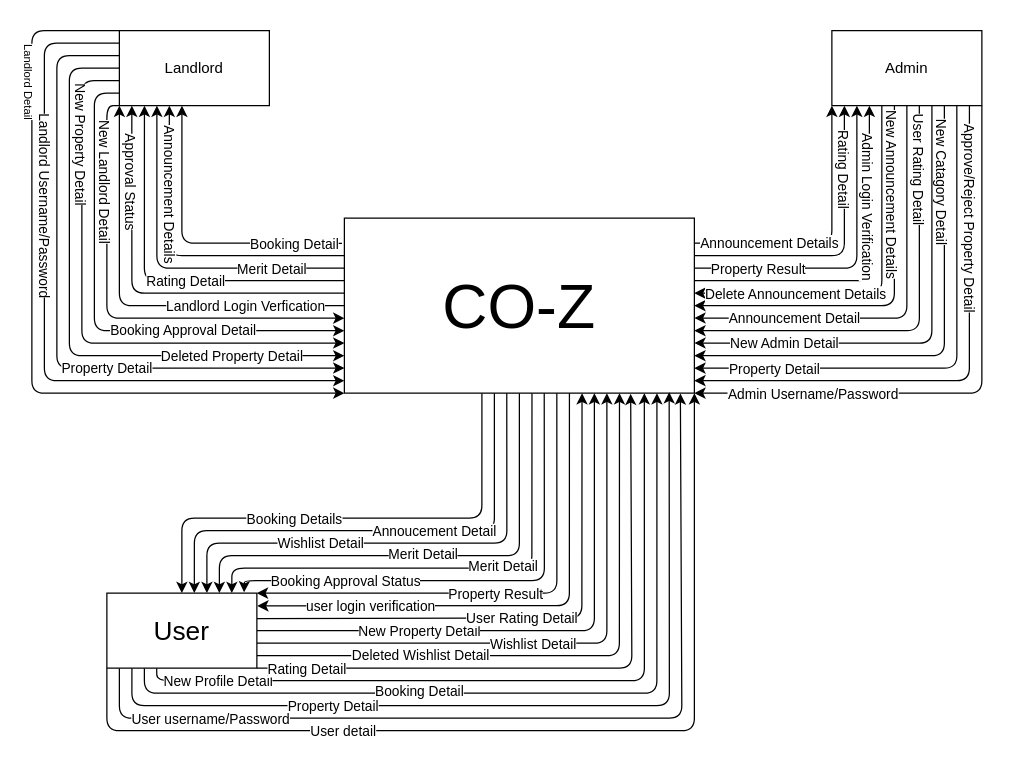
SNOW15782/Fyp keeps this draw.io diagram as DFD FYP/Context Diagram.drawio. Above is the earlier version. Source tidied: cells renumbered, new cells numbered last; positions are measured from the earlier drawing's top-left corner, leaving out a move shared by most shapes. Both pictures are drawn from the tidied source at 125%, with x=0, y=0 at pixel (31, 30).
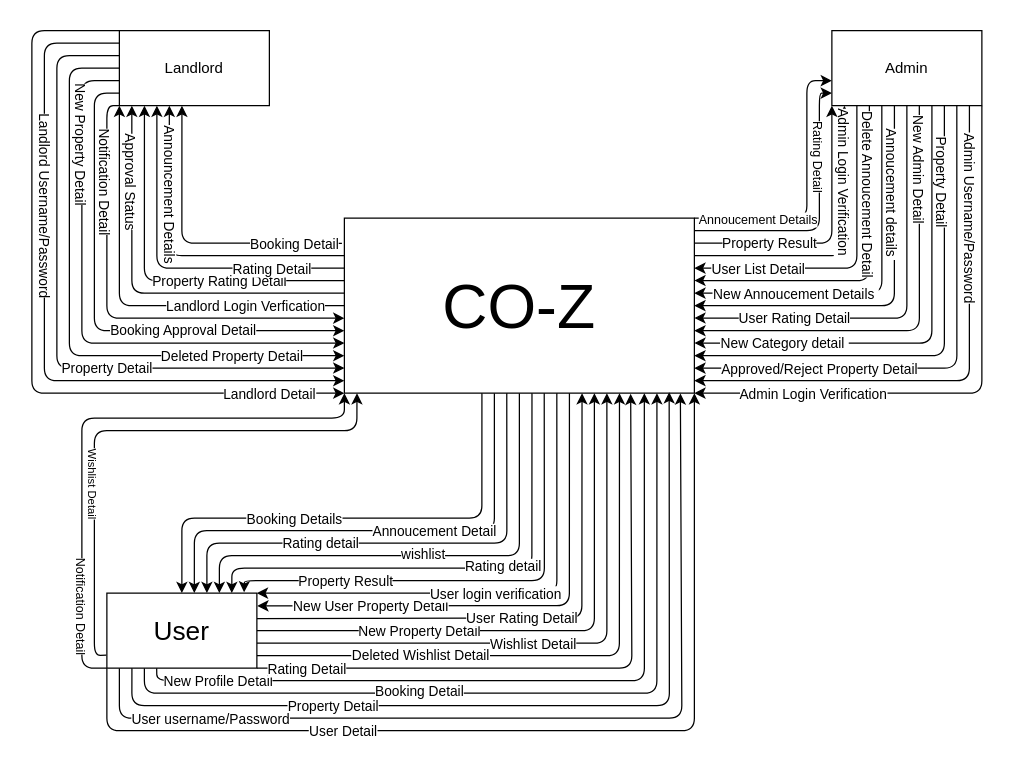
The same diagram, later.

The change refers to these unchanged cells:
```xml
<mxCell id="4" style="edgeStyle=none;html=1;exitX=0.643;exitY=1;exitDx=0;exitDy=0;exitPerimeter=0;entryX=1.003;entryY=0.17;entryDx=0;entryDy=0;entryPerimeter=0;" parent="1" edge="1" source="38" target="76">
  <mxGeometry relative="1" as="geometry">
    <Array as="points">
      <mxPoint x="430" y="460" />
    </Array>
  </mxGeometry>
</mxCell>
<mxCell id="6" style="edgeStyle=none;html=1;exitX=0.607;exitY=1;exitDx=0;exitDy=0;exitPerimeter=0;entryX=1;entryY=0;entryDx=0;entryDy=0;" parent="1" edge="1" source="38" target="76">
  <mxGeometry relative="1" as="geometry">
    <Array as="points">
      <mxPoint x="420" y="450" />
    </Array>
  </mxGeometry>
</mxCell>
<mxCell id="8" style="edgeStyle=none;html=1;entryX=0.915;entryY=-0.011;entryDx=0;entryDy=0;exitX=0.571;exitY=1;exitDx=0;exitDy=0;exitPerimeter=0;entryPerimeter=0;" parent="1" edge="1" source="38" target="76">
  <mxGeometry relative="1" as="geometry">
    <Array as="points">
      <mxPoint x="410" y="440" />
      <mxPoint x="170" y="440" />
    </Array>
  </mxGeometry>
</mxCell>
<mxCell id="10" style="edgeStyle=none;html=1;entryX=0.833;entryY=0;entryDx=0;entryDy=0;exitX=0.536;exitY=1;exitDx=0;exitDy=0;exitPerimeter=0;entryPerimeter=0;" parent="1" edge="1" source="38" target="76">
  <mxGeometry relative="1" as="geometry">
    <Array as="points">
      <mxPoint x="400" y="430" />
      <mxPoint x="160" y="430" />
    </Array>
  </mxGeometry>
</mxCell>
<mxCell id="12" style="edgeStyle=none;html=1;entryX=0.75;entryY=0;entryDx=0;entryDy=0;exitX=0.5;exitY=1;exitDx=0;exitDy=0;" parent="1" edge="1" source="38" target="76">
  <mxGeometry relative="1" as="geometry">
    <Array as="points">
      <mxPoint x="390" y="420" />
      <mxPoint x="150" y="420" />
    </Array>
  </mxGeometry>
</mxCell>
<mxCell id="14" style="edgeStyle=none;html=1;entryX=0.667;entryY=0;entryDx=0;entryDy=0;exitX=0.464;exitY=1;exitDx=0;exitDy=0;exitPerimeter=0;entryPerimeter=0;" parent="1" edge="1" source="38" target="76">
  <mxGeometry relative="1" as="geometry">
    <Array as="points">
      <mxPoint x="380" y="410" />
      <mxPoint x="210" y="410" />
      <mxPoint x="140" y="410" />
    </Array>
  </mxGeometry>
</mxCell>
<mxCell id="22" style="edgeStyle=none;html=1;entryX=0.167;entryY=1;entryDx=0;entryDy=0;entryPerimeter=0;fontSize=11;startArrow=none;startFill=0;endArrow=classic;endFill=1;" parent="1" edge="1" target="55">
  <mxGeometry relative="1" as="geometry">
    <mxPoint x="250" y="200" as="sourcePoint" />
    <Array as="points">
      <mxPoint x="90" y="200" />
    </Array>
  </mxGeometry>
</mxCell>
<mxCell id="24" style="edgeStyle=none;html=1;entryX=0.25;entryY=1;entryDx=0;entryDy=0;fontSize=11;startArrow=none;startFill=0;endArrow=classic;endFill=1;exitX=0;exitY=0.286;exitDx=0;exitDy=0;exitPerimeter=0;" parent="1" edge="1" source="38" target="55">
  <mxGeometry relative="1" as="geometry">
    <Array as="points">
      <mxPoint x="100" y="190" />
    </Array>
  </mxGeometry>
</mxCell>
<mxCell id="34" style="edgeStyle=none;html=1;fontSize=11;startArrow=none;startFill=0;endArrow=classic;endFill=1;" parent="1" edge="1">
  <mxGeometry relative="1" as="geometry">
    <mxPoint x="530" y="180" as="sourcePoint" />
    <mxPoint x="650" y="60" as="targetPoint" />
    <Array as="points">
      <mxPoint x="650" y="180" />
    </Array>
  </mxGeometry>
</mxCell>
<mxCell id="36" style="edgeStyle=none;html=1;entryX=0;entryY=1;entryDx=0;entryDy=0;fontSize=11;startArrow=none;startFill=0;endArrow=classic;endFill=1;exitX=1;exitY=0.143;exitDx=0;exitDy=0;exitPerimeter=0;" parent="1" edge="1" source="38" target="95">
  <mxGeometry relative="1" as="geometry">
    <Array as="points">
      <mxPoint x="640" y="170" />
    </Array>
  </mxGeometry>
</mxCell>
<mxCell id="38" value="&lt;font style=&quot;font-size: 50px;&quot;&gt;CO-Z&lt;/font&gt;" style="whiteSpace=wrap;html=1;" parent="1" vertex="1">
  <mxGeometry x="250" y="150" width="280" height="140" as="geometry" />
</mxCell>
<mxCell id="39" style="edgeStyle=none;html=1;entryX=0;entryY=1;entryDx=0;entryDy=0;fontSize=21;exitX=0;exitY=0;exitDx=0;exitDy=0;" parent="1" edge="1" source="55" target="38">
  <mxGeometry relative="1" as="geometry">
    <Array as="points">
      <mxPoint />
      <mxPoint y="290" />
    </Array>
  </mxGeometry>
</mxCell>
<mxCell id="51" style="edgeStyle=none;html=1;fontSize=11;exitX=0;exitY=1;exitDx=0;exitDy=0;" parent="1" edge="1" source="55">
  <mxGeometry relative="1" as="geometry">
    <mxPoint x="250" y="230" as="targetPoint" />
    <Array as="points">
      <mxPoint x="60" y="60" />
      <mxPoint x="60" y="230" />
    </Array>
  </mxGeometry>
</mxCell>
<mxCell id="62" style="edgeStyle=none;html=1;entryX=1;entryY=1;entryDx=0;entryDy=0;exitX=0;exitY=1;exitDx=0;exitDy=0;" parent="1" edge="1" source="76" target="38">
  <mxGeometry relative="1" as="geometry">
    <Array as="points">
      <mxPoint x="60" y="560" />
      <mxPoint x="530" y="560" />
    </Array>
  </mxGeometry>
</mxCell>
<mxCell id="76" value="&lt;font style=&quot;font-size: 21px;&quot;&gt;User&lt;/font&gt;" style="whiteSpace=wrap;html=1;" parent="1" vertex="1">
  <mxGeometry x="60" y="450" width="120" height="60" as="geometry" />
</mxCell>
<mxCell id="77" style="edgeStyle=none;html=1;entryX=1;entryY=1;entryDx=0;entryDy=0;fontSize=11;startArrow=none;startFill=0;endArrow=classic;endFill=1;exitX=1;exitY=1;exitDx=0;exitDy=0;" parent="1" edge="1" source="95" target="38">
  <mxGeometry relative="1" as="geometry">
    <Array as="points">
      <mxPoint x="760" y="290" />
    </Array>
  </mxGeometry>
</mxCell>
<mxCell id="79" style="edgeStyle=none;html=1;fontSize=11;startArrow=none;startFill=0;endArrow=classic;endFill=1;exitX=0.917;exitY=1;exitDx=0;exitDy=0;exitPerimeter=0;" parent="1" edge="1" source="95">
  <mxGeometry relative="1" as="geometry">
    <mxPoint x="530" y="280" as="targetPoint" />
    <Array as="points">
      <mxPoint x="750" y="280" />
    </Array>
  </mxGeometry>
</mxCell>
<mxCell id="81" style="edgeStyle=none;html=1;fontSize=11;startArrow=none;startFill=0;endArrow=classic;endFill=1;exitX=0.833;exitY=1;exitDx=0;exitDy=0;exitPerimeter=0;" parent="1" edge="1" source="95">
  <mxGeometry relative="1" as="geometry">
    <mxPoint x="530" y="270" as="targetPoint" />
    <Array as="points">
      <mxPoint x="740" y="270" />
    </Array>
  </mxGeometry>
</mxCell>
<mxCell id="83" style="edgeStyle=none;html=1;entryX=1;entryY=0.786;entryDx=0;entryDy=0;entryPerimeter=0;fontSize=11;startArrow=none;startFill=0;endArrow=classic;endFill=1;exitX=0.75;exitY=1;exitDx=0;exitDy=0;" parent="1" edge="1" source="95" target="38">
  <mxGeometry relative="1" as="geometry">
    <Array as="points">
      <mxPoint x="730" y="260" />
    </Array>
  </mxGeometry>
</mxCell>
<mxCell id="85" style="edgeStyle=none;html=1;entryX=1;entryY=0.714;entryDx=0;entryDy=0;entryPerimeter=0;fontSize=11;startArrow=none;startFill=0;endArrow=classic;endFill=1;exitX=0.667;exitY=1;exitDx=0;exitDy=0;exitPerimeter=0;" parent="1" edge="1" source="95" target="38">
  <mxGeometry relative="1" as="geometry">
    <Array as="points">
      <mxPoint x="720" y="250" />
    </Array>
  </mxGeometry>
</mxCell>
<mxCell id="87" style="edgeStyle=none;html=1;entryX=1;entryY=0.643;entryDx=0;entryDy=0;entryPerimeter=0;fontSize=11;startArrow=none;startFill=0;endArrow=classic;endFill=1;exitX=0.583;exitY=1;exitDx=0;exitDy=0;exitPerimeter=0;" parent="1" edge="1" source="95" target="38">
  <mxGeometry relative="1" as="geometry">
    <Array as="points">
      <mxPoint x="710" y="240" />
    </Array>
  </mxGeometry>
</mxCell>
<mxCell id="89" style="edgeStyle=none;html=1;entryX=1;entryY=0.571;entryDx=0;entryDy=0;entryPerimeter=0;fontSize=11;startArrow=none;startFill=0;endArrow=classic;endFill=1;" parent="1" edge="1" source="95" target="38">
  <mxGeometry relative="1" as="geometry">
    <Array as="points">
      <mxPoint x="700" y="230" />
    </Array>
  </mxGeometry>
</mxCell>
<mxCell id="91" style="edgeStyle=none;html=1;entryX=1;entryY=0.5;entryDx=0;entryDy=0;fontSize=11;startArrow=none;startFill=0;endArrow=classic;endFill=1;exitX=0.417;exitY=1;exitDx=0;exitDy=0;exitPerimeter=0;" parent="1" edge="1" source="95" target="38">
  <mxGeometry relative="1" as="geometry">
    <Array as="points">
      <mxPoint x="690" y="220" />
    </Array>
  </mxGeometry>
</mxCell>
<mxCell id="93" style="edgeStyle=none;html=1;fontSize=11;startArrow=none;startFill=0;endArrow=classic;endFill=1;exitX=0.333;exitY=1;exitDx=0;exitDy=0;exitPerimeter=0;" parent="1" edge="1" source="95">
  <mxGeometry relative="1" as="geometry">
    <mxPoint x="530" y="210" as="targetPoint" />
    <Array as="points">
      <mxPoint x="680" y="210" />
    </Array>
  </mxGeometry>
</mxCell>
<mxCell id="95" value="Admin" style="whiteSpace=wrap;html=1;" parent="1" vertex="1">
  <mxGeometry x="640" width="120" height="60" as="geometry" />
</mxCell>
```

Change to the diagram source:
```diff
@@
-    <mxCell id="5" value="user login verification" style="edgeLabel;html=1;align=center;verticalAlign=middle;" parent="4" vertex="1">
+    <mxCell id="5" value="New User Property Detail" style="edgeLabel;html=1;align=center;verticalAlign=middle;" parent="4" vertex="1">
       <mxGeometry x="0.2" y="-2" relative="1" as="geometry">
         <mxPoint x="-77" y="2" as="offset" />
       </mxGeometry>
     </mxCell>
@@
-    <mxCell id="7" value="Property Result" style="edgeLabel;html=1;align=center;verticalAlign=middle;" parent="6" vertex="1">
+    <mxCell id="7" value="User login verification" style="edgeLabel;html=1;align=center;verticalAlign=middle;" parent="6" vertex="1">
       <mxGeometry x="0.22" relative="1" as="geometry">
         <mxPoint x="34" as="offset" />
       </mxGeometry>
     </mxCell>
@@
-    <mxCell id="9" value="Booking Approval Status" style="edgeLabel;html=1;align=center;verticalAlign=middle;fontSize=11;" parent="8" vertex="1">
+    <mxCell id="9" value="Property Result" style="edgeLabel;html=1;align=center;verticalAlign=middle;fontSize=11;" parent="8" vertex="1">
       <mxGeometry x="0.56" y="1" relative="1" as="geometry">
         <mxPoint x="1" y="-1" as="offset" />
       </mxGeometry>
     </mxCell>
@@
-    <mxCell id="11" value="Merit Detail" style="edgeLabel;html=1;align=center;verticalAlign=middle;fontSize=11;" parent="10" vertex="1">
+    <mxCell id="11" value="Rating detail" style="edgeLabel;html=1;align=center;verticalAlign=middle;fontSize=11;" parent="10" vertex="1">
       <mxGeometry x="-0.18" y="-2" relative="1" as="geometry" />
     </mxCell>
@@
-    <mxCell id="13" value="Merit Detail" style="edgeLabel;html=1;align=center;verticalAlign=middle;fontSize=11;" parent="12" vertex="1">
+    <mxCell id="13" value="wishlist" style="edgeLabel;html=1;align=center;verticalAlign=middle;fontSize=11;" parent="12" vertex="1">
       <mxGeometry x="0.04" y="-2" relative="1" as="geometry" />
     </mxCell>
@@
-    <mxCell id="15" value="Wishlist Detail" style="edgeLabel;html=1;align=center;verticalAlign=middle;fontSize=11;" parent="14" vertex="1">
+    <mxCell id="15" value="Rating detail" style="edgeLabel;html=1;align=center;verticalAlign=middle;fontSize=11;" parent="14" vertex="1">
       <mxGeometry x="0.35" y="-1" relative="1" as="geometry" />
     </mxCell>
@@
-    <mxCell id="23" value="Rating Detail" style="edgeLabel;html=1;align=center;verticalAlign=middle;fontSize=11;" parent="22" vertex="1">
-      <mxGeometry x="-0.15" relative="1" as="geometry" />
+    <mxCell id="23" value="Property Rating Detail" style="edgeLabel;html=1;align=center;verticalAlign=middle;fontSize=11;" parent="22" vertex="1">
+      <mxGeometry x="-0.15" relative="1" as="geometry">
+        <mxPoint x="27" as="offset" />
+      </mxGeometry>
     </mxCell>
@@
-    <mxCell id="25" value="Merit Detail" style="edgeLabel;html=1;align=center;verticalAlign=middle;fontSize=11;" parent="24" vertex="1">
+    <mxCell id="25" value="Rating Detail" style="edgeLabel;html=1;align=center;verticalAlign=middle;fontSize=11;" parent="24" vertex="1">
       <mxGeometry x="-0.04" relative="1" as="geometry">
         <mxPoint x="75" as="offset" />
       </mxGeometry>
     </mxCell>
@@
-    <mxCell id="30" style="edgeStyle=none;html=1;entryX=0.25;entryY=1;entryDx=0;entryDy=0;fontSize=11;startArrow=none;startFill=0;endArrow=classic;endFill=1;exitX=1;exitY=0.357;exitDx=0;exitDy=0;exitPerimeter=0;" parent="1" edge="1" source="38" target="95">
+    <mxCell id="30" style="edgeStyle=none;html=1;entryX=0.25;entryY=1;entryDx=0;entryDy=0;fontSize=11;startArrow=classic;startFill=1;endArrow=none;endFill=0;exitX=1;exitY=0.357;exitDx=0;exitDy=0;exitPerimeter=0;" parent="1" edge="1" source="38" target="95">
       <mxGeometry relative="1" as="geometry">
         <Array as="points">
           <mxPoint x="670" y="200" />
         </Array>
       </mxGeometry>
     </mxCell>
-    <mxCell id="31" value="Admin Login Verification" style="edgeLabel;html=1;align=center;verticalAlign=middle;fontSize=11;rotation=90;" parent="30" vertex="1">
+    <mxCell id="31" value="Delete Annoucement Detail" style="edgeLabel;html=1;align=center;verticalAlign=middle;fontSize=11;rotation=90;" parent="30" vertex="1">
       <mxGeometry x="-0.74" y="1" relative="1" as="geometry">
-        <mxPoint x="103" y="-59" as="offset" />
+        <mxPoint x="103" y="-69" as="offset" />
       </mxGeometry>
     </mxCell>
-    <mxCell id="32" style="edgeStyle=none;html=1;fontSize=11;startArrow=none;startFill=0;endArrow=classic;endFill=1;" parent="1" edge="1">
+    <mxCell id="32" style="edgeStyle=none;html=1;fontSize=11;startArrow=classic;startFill=1;endArrow=none;endFill=0;" parent="1" edge="1">
       <mxGeometry relative="1" as="geometry">
         <mxPoint x="530" y="190" as="sourcePoint" />
         <mxPoint x="660" y="60" as="targetPoint" />
         <Array as="points">
           <mxPoint x="660" y="190" />
         </Array>
       </mxGeometry>
     </mxCell>
-    <mxCell id="33" value="Property Result" style="edgeLabel;html=1;align=center;verticalAlign=middle;fontSize=11;" parent="32" vertex="1">
+    <mxCell id="33" value="User List Detail" style="edgeLabel;html=1;align=center;verticalAlign=middle;fontSize=11;" parent="32" vertex="1">
       <mxGeometry x="-0.92" relative="1" as="geometry">
         <mxPoint x="40" as="offset" />
       </mxGeometry>
     </mxCell>
@@
-    <mxCell id="35" value="Rating Detail" style="edgeLabel;html=1;align=center;verticalAlign=middle;fontSize=11;rotation=90;" parent="34" vertex="1">
+    <mxCell id="35" value="Admin Login Verification" style="edgeLabel;html=1;align=center;verticalAlign=middle;fontSize=11;rotation=90;" parent="34" vertex="1">
       <mxGeometry x="-0.71" y="-1" relative="1" as="geometry">
-        <mxPoint x="85" y="-71" as="offset" />
+        <mxPoint x="85" y="-61" as="offset" />
       </mxGeometry>
     </mxCell>
@@
-    <mxCell id="37" value="Announcement Details" style="edgeLabel;html=1;align=center;verticalAlign=middle;fontSize=11;" parent="36" vertex="1">
+    <mxCell id="37" value="Property Result" style="edgeLabel;html=1;align=center;verticalAlign=middle;fontSize=11;" parent="36" vertex="1">
       <mxGeometry x="-0.92" y="1" relative="1" as="geometry">
         <mxPoint x="51" as="offset" />
       </mxGeometry>
     </mxCell>
@@
-    <mxCell id="40" value="&lt;font style=&quot;font-size: 9px;&quot;&gt;Landlord Detail&lt;/font&gt;" style="edgeLabel;html=1;align=center;verticalAlign=middle;fontSize=12;rotation=90;" parent="39" vertex="1">
+    <mxCell id="40" value="&lt;font style=&quot;font-size: 11px;&quot;&gt;Landlord Detail&lt;/font&gt;" style="edgeLabel;html=1;align=center;verticalAlign=middle;fontSize=12;rotation=0;" parent="39" vertex="1">
       <mxGeometry x="0.38" y="-1" relative="1" as="geometry">
-        <mxPoint x="-62" y="-251" as="offset" />
+        <mxPoint x="128" y="-1" as="offset" />
       </mxGeometry>
     </mxCell>
@@
-    <mxCell id="52" value="New Landlord Detail" style="edgeLabel;html=1;align=center;verticalAlign=middle;fontSize=11;rotation=90;" parent="51" vertex="1">
+    <mxCell id="52" value="Notification Detail" style="edgeLabel;html=1;align=center;verticalAlign=middle;fontSize=11;rotation=90;" parent="51" vertex="1">
       <mxGeometry x="0.07" relative="1" as="geometry">
         <mxPoint x="-19" y="-110" as="offset" />
       </mxGeometry>
     </mxCell>
@@
-    <mxCell id="63" value="User detail" style="edgeLabel;html=1;align=center;verticalAlign=middle;" parent="62" vertex="1">
+    <mxCell id="63" value="User Detail" style="edgeLabel;html=1;align=center;verticalAlign=middle;" parent="62" vertex="1">
       <mxGeometry x="0.14" relative="1" as="geometry">
         <mxPoint x="-212" as="offset" />
       </mxGeometry>
     </mxCell>
@@
+    <mxCell id="96" style="edgeStyle=none;html=1;exitX=0;exitY=1;exitDx=0;exitDy=0;entryX=0;entryY=1;entryDx=0;entryDy=0;" parent="1" edge="1" source="76" target="38">
+      <mxGeometry relative="1" as="geometry">
+        <Array as="points">
+          <mxPoint x="40" y="510" />
+          <mxPoint x="40" y="310" />
+          <mxPoint x="250" y="310" />
+        </Array>
+      </mxGeometry>
+    </mxCell>
+    <mxCell id="97" style="edgeStyle=none;html=1;exitX=-0.003;exitY=0.827;exitDx=0;exitDy=0;exitPerimeter=0;entryX=0.036;entryY=1;entryDx=0;entryDy=0;entryPerimeter=0;" parent="1" edge="1" source="76" target="38">
+      <mxGeometry relative="1" as="geometry">
+        <Array as="points">
+          <mxPoint x="50" y="500" />
+          <mxPoint x="50" y="410" />
+          <mxPoint x="50" y="320" />
+          <mxPoint x="260" y="320" />
+        </Array>
+      </mxGeometry>
+    </mxCell>
+    <mxCell id="98" value="&lt;font style=&quot;font-size: 10px;&quot;&gt;Notification Detail&lt;/font&gt;" style="edgeLabel;html=1;align=center;verticalAlign=middle;fontSize=6;rotation=90;" parent="97" vertex="1">
+      <mxGeometry x="-0.83" relative="1" as="geometry">
+        <mxPoint x="-10" y="-13" as="offset" />
+      </mxGeometry>
+    </mxCell>
+    <mxCell id="99" value="&lt;span style=&quot;font-size: 9px;&quot;&gt;Wishlist Detail&lt;/span&gt;" style="edgeLabel;html=1;align=center;verticalAlign=middle;fontSize=10;rotation=90;" parent="97" vertex="1">
+      <mxGeometry x="-0.31" relative="1" as="geometry" />
+    </mxCell>
@@
-    <mxCell id="78" value="Admin Username/Password" style="edgeLabel;html=1;align=center;verticalAlign=middle;fontSize=11;" parent="77" vertex="1">
+    <mxCell id="78" value="Admin Login Verification" style="edgeLabel;html=1;align=center;verticalAlign=middle;fontSize=11;" parent="77" vertex="1">
       <mxGeometry x="0.8" y="-1" relative="1" as="geometry">
         <mxPoint x="48" y="1" as="offset" />
       </mxGeometry>
     </mxCell>
@@
-    <mxCell id="80" value="Approve/Reject Property Detail" style="edgeLabel;html=1;align=center;verticalAlign=middle;fontSize=11;rotation=90;" parent="79" vertex="1">
+    <mxCell id="80" value="Admin Username/Password" style="edgeLabel;html=1;align=center;verticalAlign=middle;fontSize=11;rotation=90;" parent="79" vertex="1">
       <mxGeometry x="-0.06" relative="1" as="geometry">
         <mxPoint y="-118" as="offset" />
       </mxGeometry>
     </mxCell>
@@
-    <mxCell id="82" value="Property Detail" style="edgeLabel;html=1;align=center;verticalAlign=middle;fontSize=11;" parent="81" vertex="1">
+    <mxCell id="82" value="Approved/Reject Property Detail" style="edgeLabel;html=1;align=center;verticalAlign=middle;fontSize=11;" parent="81" vertex="1">
       <mxGeometry x="0.81" relative="1" as="geometry">
-        <mxPoint x="23" as="offset" />
+        <mxPoint x="59" as="offset" />
       </mxGeometry>
     </mxCell>
@@
-    <mxCell id="84" value="New Catagory Detail" style="edgeLabel;html=1;align=center;verticalAlign=middle;fontSize=11;rotation=90;" parent="83" vertex="1">
+    <mxCell id="84" value="Property Detail" style="edgeLabel;html=1;align=center;verticalAlign=middle;fontSize=11;rotation=90;" parent="83" vertex="1">
       <mxGeometry x="0.29" y="1" relative="1" as="geometry">
         <mxPoint x="57" y="-141" as="offset" />
       </mxGeometry>
     </mxCell>
@@
-    <mxCell id="86" value="New Admin Detail" style="edgeLabel;html=1;align=center;verticalAlign=middle;fontSize=11;" parent="85" vertex="1">
+    <mxCell id="86" value="&lt;div&gt;New Category detail&amp;nbsp;&lt;/div&gt;" style="edgeLabel;html=1;align=center;verticalAlign=middle;fontSize=11;" parent="85" vertex="1">
       <mxGeometry x="0.73" relative="1" as="geometry">
         <mxPoint x="20" as="offset" />
       </mxGeometry>
     </mxCell>
@@
-    <mxCell id="88" value="User Rating Detail" style="edgeLabel;html=1;align=center;verticalAlign=middle;fontSize=11;rotation=90;" parent="87" vertex="1">
+    <mxCell id="88" value="&lt;div&gt;New Admin Detail&lt;/div&gt;" style="edgeLabel;html=1;align=center;verticalAlign=middle;fontSize=11;rotation=90;" parent="87" vertex="1">
       <mxGeometry x="0.1" relative="1" as="geometry">
         <mxPoint x="18" y="-130" as="offset" />
       </mxGeometry>
     </mxCell>
@@
-    <mxCell id="90" value="Announcement Detail" style="edgeLabel;html=1;align=center;verticalAlign=middle;fontSize=11;" parent="89" vertex="1">
+    <mxCell id="90" value="&lt;div&gt;User Rating Detail&lt;/div&gt;" style="edgeLabel;html=1;align=center;verticalAlign=middle;fontSize=11;" parent="89" vertex="1">
       <mxGeometry x="0.79" relative="1" as="geometry">
         <mxPoint x="43" as="offset" />
       </mxGeometry>
     </mxCell>
@@
-    <mxCell id="92" value="New Announcement Details" style="edgeLabel;html=1;align=center;verticalAlign=middle;fontSize=11;rotation=90;" parent="91" vertex="1">
+    <mxCell id="92" value="Annoucement details&amp;nbsp;" style="edgeLabel;html=1;align=center;verticalAlign=middle;fontSize=11;rotation=90;" parent="91" vertex="1">
       <mxGeometry x="0.76" relative="1" as="geometry">
         <mxPoint x="121" y="-90" as="offset" />
       </mxGeometry>
     </mxCell>
@@
-    <mxCell id="94" value="Delete Announcement Details" style="edgeLabel;html=1;align=center;verticalAlign=middle;fontSize=11;" parent="93" vertex="1">
+    <mxCell id="94" value="&lt;div&gt;New Annoucement Details&amp;nbsp;&lt;/div&gt;" style="edgeLabel;html=1;align=center;verticalAlign=middle;fontSize=11;" parent="93" vertex="1">
       <mxGeometry x="0.85" relative="1" as="geometry">
         <mxPoint x="58" as="offset" />
       </mxGeometry>
     </mxCell>
+    <mxCell id="100" style="edgeStyle=none;html=1;entryX=1;entryY=0.071;entryDx=0;entryDy=0;entryPerimeter=0;fontSize=10;startArrow=classic;startFill=1;endArrow=none;endFill=0;exitX=0;exitY=0.833;exitDx=0;exitDy=0;exitPerimeter=0;" parent="1" edge="1" source="95" target="38">
+      <mxGeometry relative="1" as="geometry">
+        <Array as="points">
+          <mxPoint x="630" y="50" />
+          <mxPoint x="630" y="160" />
+        </Array>
+      </mxGeometry>
+    </mxCell>
+    <mxCell id="101" value="Rating Detail" style="edgeLabel;html=1;align=center;verticalAlign=middle;fontSize=10;rotation=90;" parent="100" vertex="1">
+      <mxGeometry x="-0.63" y="-1" relative="1" as="geometry">
+        <mxPoint y="19" as="offset" />
+      </mxGeometry>
+    </mxCell>
+    <mxCell id="102" style="edgeStyle=none;html=1;entryX=1;entryY=0;entryDx=0;entryDy=0;fontSize=10;startArrow=classic;startFill=1;endArrow=none;endFill=0;exitX=0;exitY=0.667;exitDx=0;exitDy=0;exitPerimeter=0;" parent="1" edge="1" source="95" target="38">
+      <mxGeometry relative="1" as="geometry">
+        <Array as="points">
+          <mxPoint x="620" y="40" />
+          <mxPoint x="620" y="150" />
+        </Array>
+      </mxGeometry>
+    </mxCell>
+    <mxCell id="103" value="Annoucement Details" style="edgeLabel;html=1;align=center;verticalAlign=middle;fontSize=10;" parent="102" vertex="1">
+      <mxGeometry x="0.8" y="1" relative="1" as="geometry">
+        <mxPoint x="28" y="-1" as="offset" />
+      </mxGeometry>
+    </mxCell>
```
